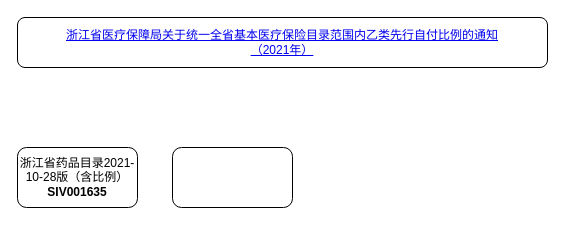
Before: 风控/浙江三目录数据源.drawio in XiaoLiuAI/diagrams, a draw.io diagram. Source tidied: cells renumbered, new cells numbered last; positions are measured from the earlier drawing's top-left corner, leaving out a move shared by most shapes. Both pictures are drawn from the tidied source at 100%, with x=0, y=0 at pixel (17, 17).
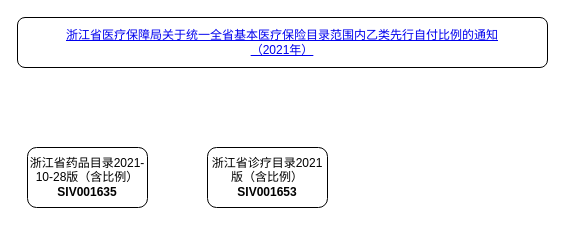
The same page after the edit.

Commit message (it also covers changes not shown here):
Update 浙江三目录数据源.drawio

The edit, as a diff of the source:
```diff
@@
 <mxGraphModel>
   <root>
     <mxCell id="0" />
     <mxCell id="1" parent="0" />
     <mxCell id="2" value="&lt;a href=&quot;http://ybj.zj.gov.cn/art/2021/11/29/art_1229262886_58828981.html&quot;&gt;浙江省医疗保障局关于统一全省基本医疗保险目录范围内乙类先行自付比例的通知&lt;br&gt;（2021年）&lt;/a&gt;" style="rounded=1;whiteSpace=wrap;html=1;" parent="1" vertex="1">
       <mxGeometry width="530" height="50" as="geometry" />
     </mxCell>
     <mxCell id="3" value="浙江省药品目录2021-10-28版（含比例）&lt;br&gt;&lt;b&gt;SIV001635&lt;/b&gt;" style="rounded=1;whiteSpace=wrap;html=1;" parent="1" vertex="1">
-      <mxGeometry y="130" width="120" height="60" as="geometry" />
+      <mxGeometry x="10" y="130" width="120" height="60" as="geometry" />
     </mxCell>
-    <mxCell id="4" style="rounded=1;whiteSpace=wrap;html=1;" parent="1" vertex="1">
-      <mxGeometry x="155" y="130" width="120" height="60" as="geometry" />
+    <mxCell id="4" value="浙江省诊疗目录2021版（含比例）&lt;br&gt;&lt;b&gt;SIV001653&lt;/b&gt;" style="rounded=1;whiteSpace=wrap;html=1;" parent="1" vertex="1">
+      <mxGeometry x="190" y="130" width="120" height="60" as="geometry" />
     </mxCell>
   </root>
 </mxGraphModel>
```
